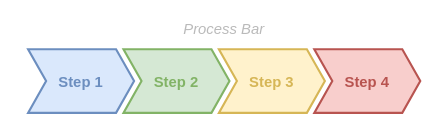
Before: 未命名绘图.drawio in peng-na/draw.io_pic, a draw.io diagram. Source tidied: cells renumbered, new cells numbered last; positions are measured from the earlier drawing's top-left corner, leaving out a move shared by most shapes. Both pictures are drawn from the tidied source at 106%, with x=0, y=0 at pixel (17, 17).
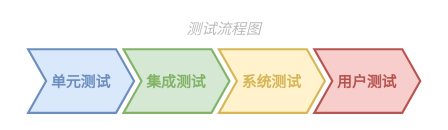
Above is the later version.

Commit message:
更新未命名绘图.drawio

What changed in the source:
```diff
@@
 <mxGraphModel>
   <root>
     <mxCell id="0" />
     <mxCell id="1" parent="0" />
-    <mxCell id="2" value="Process Bar" style="swimlane;fontStyle=2;horizontal=1;startSize=20;fillColor=none;swimlaneFillColor=none;strokeColor=none;fontFamily=Helvetica;fontSize=14;fontColor=#BABABA;verticalAlign=middle;stackBorder=10;" parent="1" vertex="1">
+    <mxCell id="2" value="测试流程图" style="swimlane;fontStyle=2;horizontal=1;startSize=20;fillColor=none;swimlaneFillColor=none;strokeColor=none;fontFamily=Helvetica;fontSize=14;fontColor=#BABABA;verticalAlign=middle;stackBorder=10;" parent="1" vertex="1">
       <mxGeometry width="390" height="100" as="geometry" />
     </mxCell>
-    <mxCell id="3" value="Step 1" style="shape=step;perimeter=stepPerimeter;strokeColor=#6C8EBF;fontFamily=Helvetica;fontSize=14;fontColor=#6C8EBF;fillColor=#dae8fc;fixedSize=1;size=17;fontStyle=1;strokeWidth=2;spacingTop=0;" parent="2" vertex="1">
+    <mxCell id="3" value="单元测试" style="shape=step;perimeter=stepPerimeter;strokeColor=#6C8EBF;fontFamily=Helvetica;fontSize=14;fontColor=#6C8EBF;fillColor=#dae8fc;fixedSize=1;size=17;fontStyle=1;strokeWidth=2;spacingTop=0;" parent="2" vertex="1">
       <mxGeometry x="10" y="30" width="100" height="60" as="geometry" />
     </mxCell>
-    <mxCell id="4" value="Step 2" style="shape=step;perimeter=stepPerimeter;strokeColor=#82B366;fontFamily=Helvetica;fontSize=14;fontColor=#82B366;fillColor=#d5e8d4;fixedSize=1;size=17;fontStyle=1;strokeWidth=2;spacingTop=0;" parent="2" vertex="1">
+    <mxCell id="4" value="集成测试" style="shape=step;perimeter=stepPerimeter;strokeColor=#82B366;fontFamily=Helvetica;fontSize=14;fontColor=#82B366;fillColor=#d5e8d4;fixedSize=1;size=17;fontStyle=1;strokeWidth=2;spacingTop=0;" parent="2" vertex="1">
       <mxGeometry x="100" y="30" width="100" height="60" as="geometry" />
     </mxCell>
-    <mxCell id="5" value="Step 3" style="shape=step;perimeter=stepPerimeter;strokeColor=#D6B656;fontFamily=Helvetica;fontSize=14;fontColor=#D6B656;fillColor=#fff2cc;fixedSize=1;size=17;fontStyle=1;strokeWidth=2;spacingTop=0;" parent="2" vertex="1">
+    <mxCell id="5" value="系统测试" style="shape=step;perimeter=stepPerimeter;strokeColor=#D6B656;fontFamily=Helvetica;fontSize=14;fontColor=#D6B656;fillColor=#fff2cc;fixedSize=1;size=17;fontStyle=1;strokeWidth=2;spacingTop=0;" parent="2" vertex="1">
       <mxGeometry x="190" y="30" width="100" height="60" as="geometry" />
     </mxCell>
-    <mxCell id="6" value="Step 4" style="shape=step;perimeter=stepPerimeter;strokeColor=#B85450;fontFamily=Helvetica;fontSize=14;fontColor=#B85450;fillColor=#f8cecc;fixedSize=1;size=17;fontStyle=1;strokeWidth=2;spacingTop=0;" parent="2" vertex="1">
+    <mxCell id="6" value="用户测试" style="shape=step;perimeter=stepPerimeter;strokeColor=#B85450;fontFamily=Helvetica;fontSize=14;fontColor=#B85450;fillColor=#f8cecc;fixedSize=1;size=17;fontStyle=1;strokeWidth=2;spacingTop=0;" parent="2" vertex="1">
       <mxGeometry x="280" y="30" width="100" height="60" as="geometry" />
     </mxCell>
   </root>
 </mxGraphModel>
```
